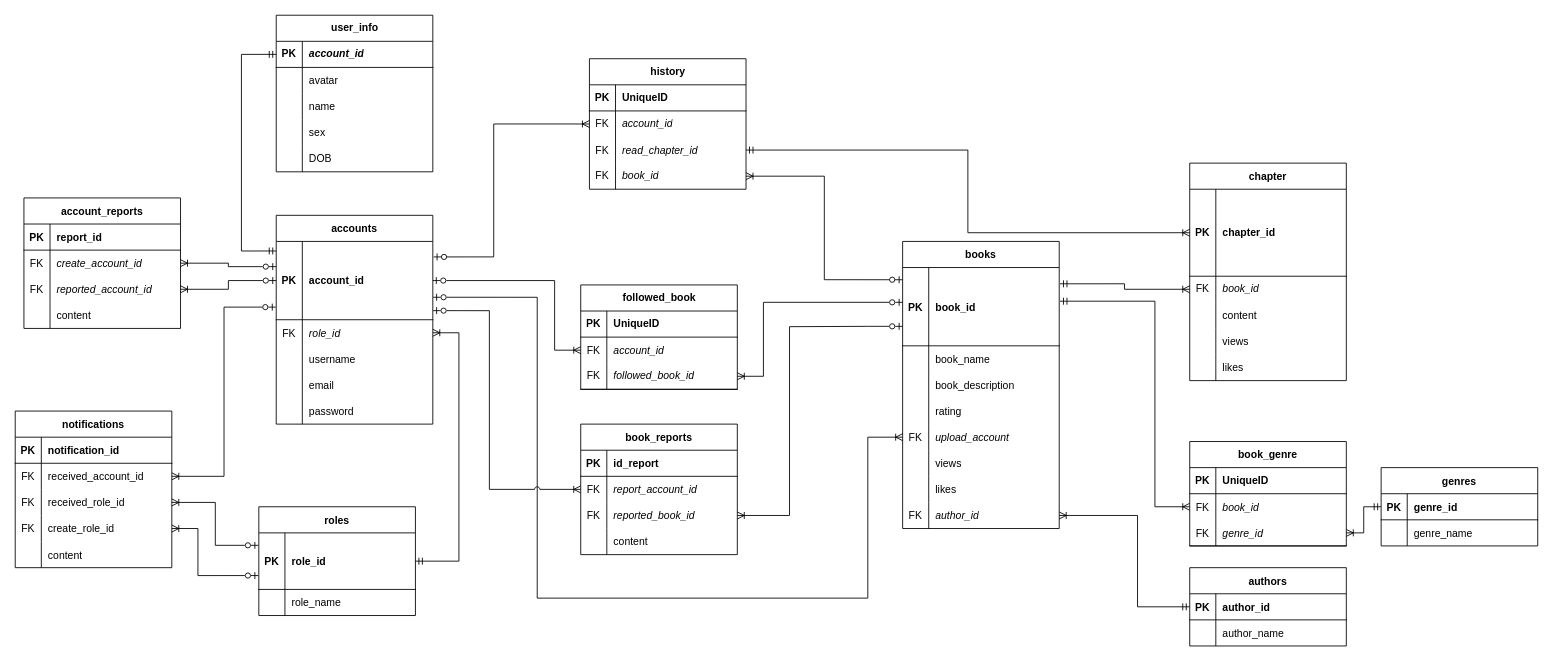
This is ERD.drawio from wai157/reading_app, a draw.io file, before an edit. Source tidied: cells renumbered, new cells numbered last; positions are measured from the earlier drawing's top-left corner, leaving out a move shared by most shapes. Both pictures are drawn from the tidied source at 87%, with x=0, y=0 at pixel (15, 15).
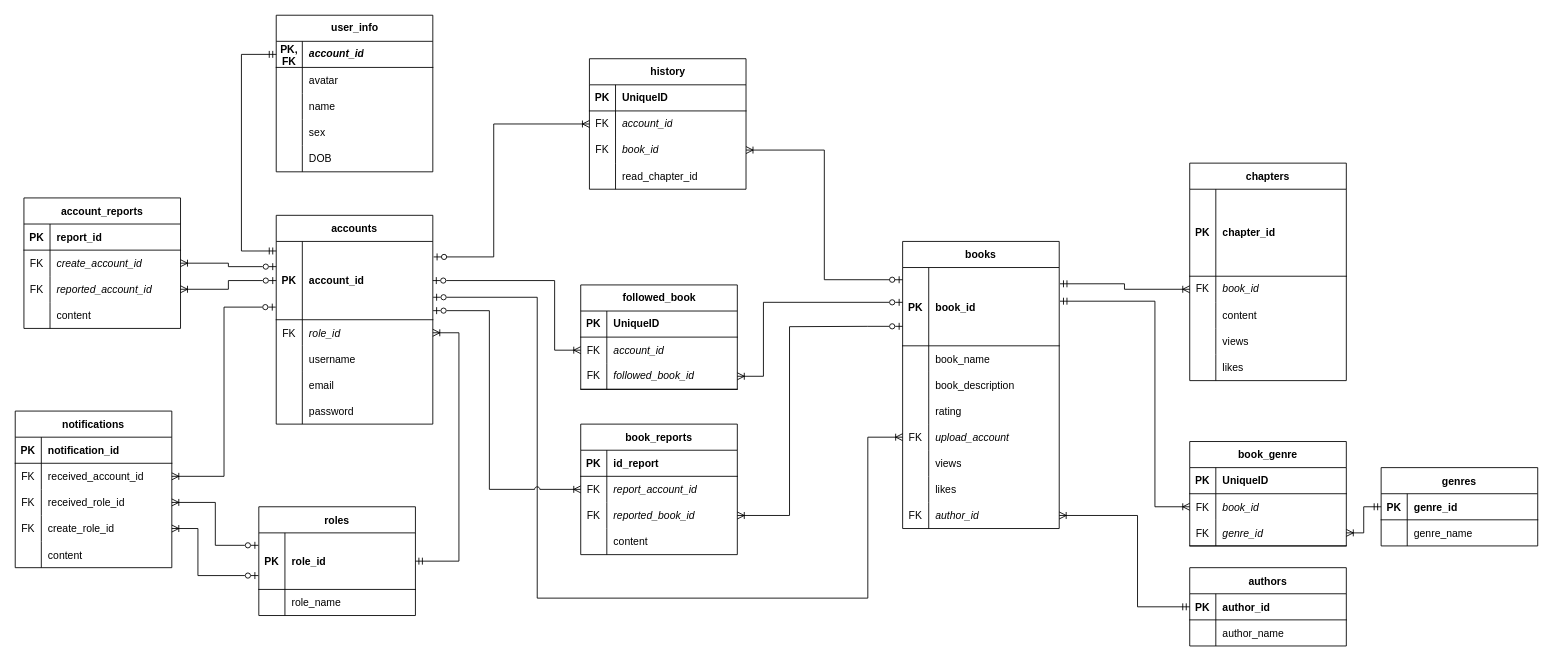
After the change.

Unchanged cells that the change refers to:
```xml
<mxCell id="80" style="shape=tableRow;horizontal=0;startSize=0;swimlaneHead=0;swimlaneBody=0;fillColor=none;points=[[0,0.5],[1,0.5]];portConstraint=eastwest;top=0;left=0;right=0;bottom=1;" parent="79" vertex="1">
  <mxGeometry y="30" width="180" height="100" as="geometry" />
</mxCell>
<mxCell id="146" style="shape=tableRow;horizontal=0;startSize=0;swimlaneHead=0;swimlaneBody=0;fillColor=none;points=[[0,0.5],[1,0.5]];portConstraint=eastwest;top=0;left=0;right=0;bottom=1;" parent="145" vertex="1">
  <mxGeometry y="30" width="180" height="30" as="geometry" />
</mxCell>
<mxCell id="174" value="history" style="shape=table;startSize=30;childLayout=tableLayout;rowLines=0;fontStyle=1;align=center;html=1;" parent="1" vertex="1">
  <mxGeometry x="660" y="50" width="180" height="150" as="geometry" />
</mxCell>
```

What changed in the source:
```diff
@@
-    <mxCell id="79" value="chapter" style="shape=table;startSize=30;childLayout=tableLayout;rowLines=0;fontStyle=1;align=center;rounded=0;shadow=0;sketch=0;" parent="1" vertex="1">
+    <mxCell id="79" value="chapters" style="shape=table;startSize=30;childLayout=tableLayout;rowLines=0;fontStyle=1;align=center;rounded=0;shadow=0;sketch=0;" parent="1" vertex="1">
       <mxGeometry x="1350" y="170" width="180" height="250" as="geometry" />
     </mxCell>
@@
-    <mxCell id="147" value="PK" style="shape=partialRectangle;fillColor=none;top=0;left=0;bottom=0;right=0;fontStyle=1;overflow=hidden;whiteSpace=wrap;html=1;" parent="146" vertex="1">
+    <mxCell id="147" value="PK, FK" style="shape=partialRectangle;fillColor=none;top=0;left=0;bottom=0;right=0;fontStyle=1;overflow=hidden;whiteSpace=wrap;html=1;" parent="146" vertex="1">
       <mxGeometry width="30" height="30" as="geometry" />
     </mxCell>
@@
+    <mxCell id="184" style="shape=tableRow;horizontal=0;startSize=0;swimlaneHead=0;swimlaneBody=0;fillColor=none;points=[[0,0.5],[1,0.5]];portConstraint=eastwest;top=0;left=0;right=0;bottom=0;" parent="174" vertex="1">
+      <mxGeometry y="90" width="180" height="30" as="geometry" />
+    </mxCell>
+    <mxCell id="185" value="FK" style="shape=partialRectangle;fillColor=none;top=0;left=0;bottom=0;right=0;overflow=hidden;whiteSpace=wrap;html=1;" parent="184" vertex="1">
+      <mxGeometry width="30" height="30" as="geometry" />
+    </mxCell>
+    <mxCell id="186" value="&lt;i&gt;book_id&lt;/i&gt;" style="shape=partialRectangle;fillColor=none;top=0;left=0;bottom=0;right=0;align=left;spacingLeft=6;overflow=hidden;whiteSpace=wrap;html=1;" parent="184" vertex="1">
+      <mxGeometry x="30" width="150" height="30" as="geometry" />
+    </mxCell>
     <mxCell id="181" style="shape=tableRow;horizontal=0;startSize=0;swimlaneHead=0;swimlaneBody=0;fillColor=none;points=[[0,0.5],[1,0.5]];portConstraint=eastwest;top=0;left=0;right=0;bottom=0;" parent="174" vertex="1">
-      <mxGeometry y="90" width="180" height="30" as="geometry" />
+      <mxGeometry y="120" width="180" height="30" as="geometry" />
     </mxCell>
-    <mxCell id="182" value="FK" style="shape=partialRectangle;fillColor=none;top=0;left=0;bottom=0;right=0;overflow=hidden;" parent="181" vertex="1">
+    <mxCell id="182" style="shape=partialRectangle;fillColor=none;top=0;left=0;bottom=0;right=0;overflow=hidden;" parent="181" vertex="1">
       <mxGeometry width="30" height="30" as="geometry" />
     </mxCell>
-    <mxCell id="183" value="read_chapter_id" style="shape=partialRectangle;fillColor=none;top=0;left=0;bottom=0;right=0;align=left;spacingLeft=6;overflow=hidden;fontStyle=2;" parent="181" vertex="1">
+    <mxCell id="183" value="read_chapter_id" style="shape=partialRectangle;fillColor=none;top=0;left=0;bottom=0;right=0;align=left;spacingLeft=6;overflow=hidden;fontStyle=0;" parent="181" vertex="1">
       <mxGeometry x="30" width="150" height="30" as="geometry" />
     </mxCell>
-    <mxCell id="184" style="shape=tableRow;horizontal=0;startSize=0;swimlaneHead=0;swimlaneBody=0;fillColor=none;points=[[0,0.5],[1,0.5]];portConstraint=eastwest;top=0;left=0;right=0;bottom=0;" parent="174" vertex="1">
-      <mxGeometry y="120" width="180" height="30" as="geometry" />
-    </mxCell>
-    <mxCell id="185" value="FK" style="shape=partialRectangle;fillColor=none;top=0;left=0;bottom=0;right=0;overflow=hidden;whiteSpace=wrap;html=1;" parent="184" vertex="1">
-      <mxGeometry width="30" height="30" as="geometry" />
-    </mxCell>
-    <mxCell id="186" value="&lt;i&gt;book_id&lt;/i&gt;" style="shape=partialRectangle;fillColor=none;top=0;left=0;bottom=0;right=0;align=left;spacingLeft=6;overflow=hidden;whiteSpace=wrap;html=1;" parent="184" vertex="1">
-      <mxGeometry x="30" width="150" height="30" as="geometry" />
-    </mxCell>
@@
-    <mxCell id="189" style="edgeStyle=orthogonalEdgeStyle;rounded=0;jettySize=auto;html=1;exitX=1;exitY=0.5;exitDx=0;exitDy=0;entryX=0;entryY=0.5;entryDx=0;entryDy=0;startArrow=ERmandOne;startFill=0;endArrow=ERoneToMany;endFill=0;" parent="1" edge="1" source="181" target="80">
-      <mxGeometry relative="1" as="geometry" />
-    </mxCell>
```
